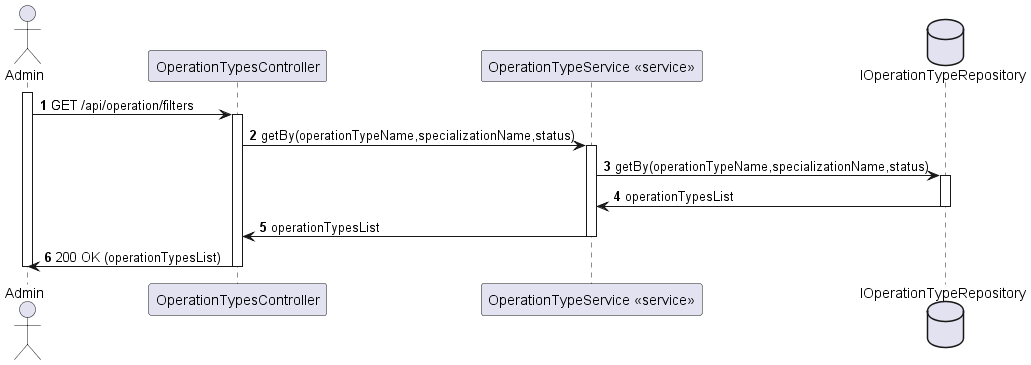
Above: docs/OperationTypeListSearch/views/level3/process-view2.png in Lapr5G21/sem5pi-24-25-3ddg21 (PlantUML), before the change. Its diagram source:
```plantuml
@startuml
autonumber
actor Admin as "Admin"
participant CTRL as "OperationTypesController"
participant SERVICE as "OperationTypeService <<service>>"

database IOperationTypeRepository as "IOperationTypeRepository"



activate Admin

Admin -> CTRL : GET /api/operation/filters
activate CTRL

CTRL -> SERVICE : getBy(operationTypeName,specializationName,status)
activate SERVICE

SERVICE -> IOperationTypeRepository : getBy(operationTypeName,specializationName,status)
activate IOperationTypeRepository
IOperationTypeRepository -> SERVICE : operationTypesList
deactivate IOperationTypeRepository


SERVICE -> CTRL : operationTypesList

deactivate SERVICE

CTRL -> Admin : 200 OK (operationTypesList)

deactivate CTRL

deactivate Admin
@enduml
```
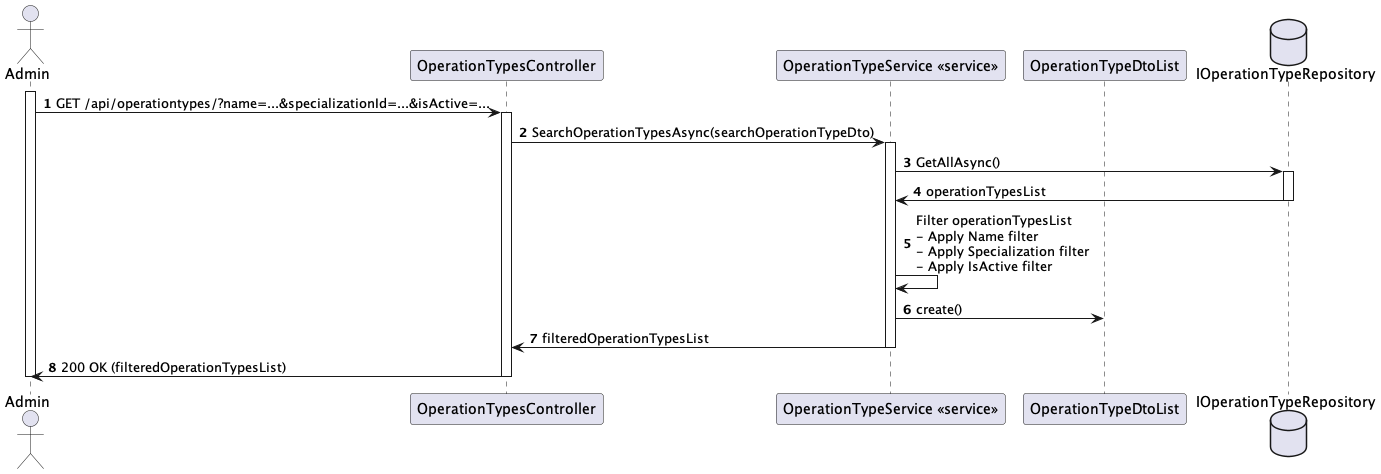
After the change.

Diff of the diagram source:
```diff
@@ -3,30 +3,30 @@
 actor Admin as "Admin"
 participant CTRL as "OperationTypesController"
 participant SERVICE as "OperationTypeService <<service>>"
-
+participant OperationTypeDtoList as "OperationTypeDtoList"
 database IOperationTypeRepository as "IOperationTypeRepository"
-
-
 
 activate Admin
 
-Admin -> CTRL : GET /api/operation/filters
+Admin -> CTRL : GET /api/operationtypes/?name=...&specializationId=...&isActive=...
 activate CTRL
 
-CTRL -> SERVICE : getBy(operationTypeName,specializationName,status)
+CTRL -> SERVICE : SearchOperationTypesAsync(searchOperationTypeDto)
 activate SERVICE
 
-SERVICE -> IOperationTypeRepository : getBy(operationTypeName,specializationName,status)
+SERVICE -> IOperationTypeRepository : GetAllAsync()
 activate IOperationTypeRepository
+
 IOperationTypeRepository -> SERVICE : operationTypesList
 deactivate IOperationTypeRepository
 
-
-SERVICE -> CTRL : operationTypesList
+SERVICE -> SERVICE : Filter operationTypesList \n- Apply Name filter \n- Apply Specialization filter \n- Apply IsActive filter
+SERVICE -> OperationTypeDtoList : create()
+SERVICE -> CTRL : filteredOperationTypesList
 
 deactivate SERVICE
 
-CTRL -> Admin : 200 OK (operationTypesList)
+CTRL -> Admin : 200 OK (filteredOperationTypesList)
 
 deactivate CTRL
 
```
